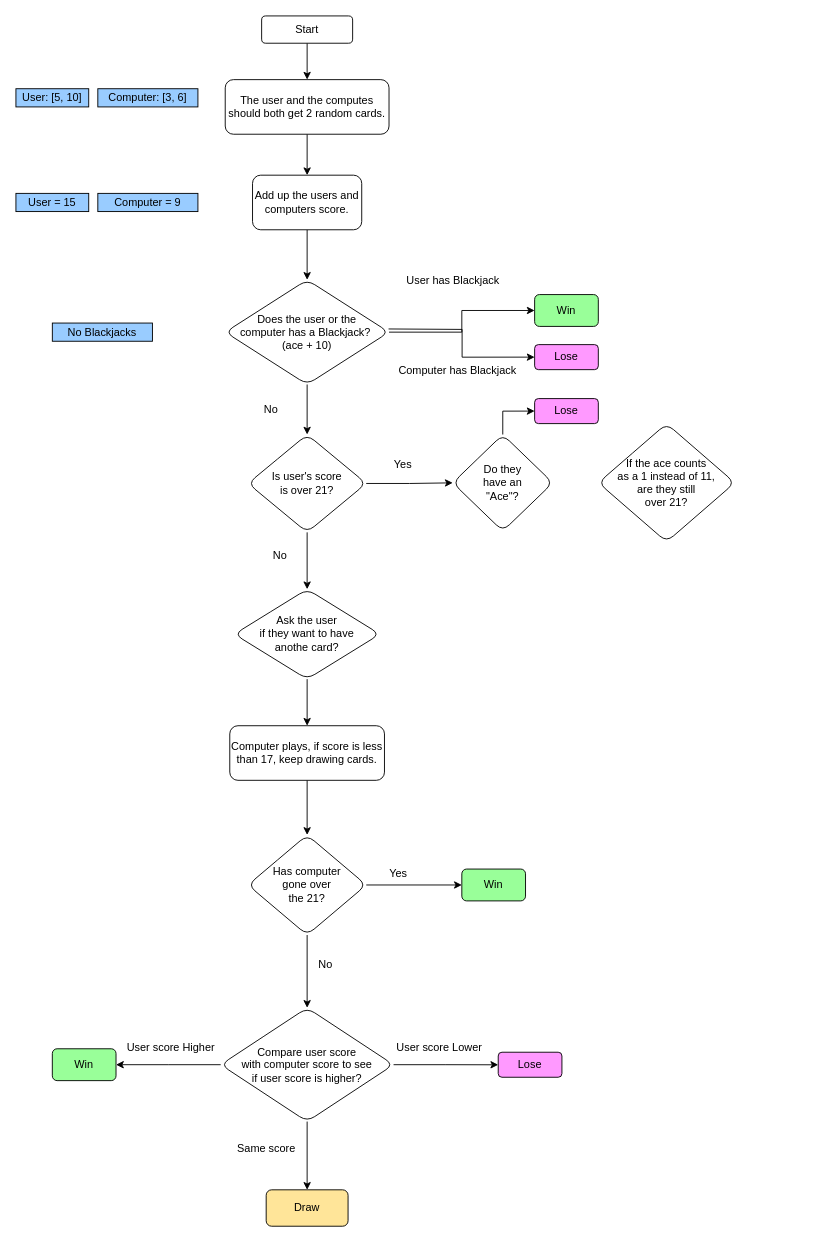
Above: day_11_clackjack/Blackjack Diagram.drawio in notjustdevops/100_days_python_njd (draw.io), before the change. Source tidied: cells renumbered, new cells numbered last; positions are measured from the earlier drawing's top-left corner, leaving out a move shared by most shapes. Both pictures are drawn from the tidied source at 91%, with x=0, y=0 at pixel (15, 15).
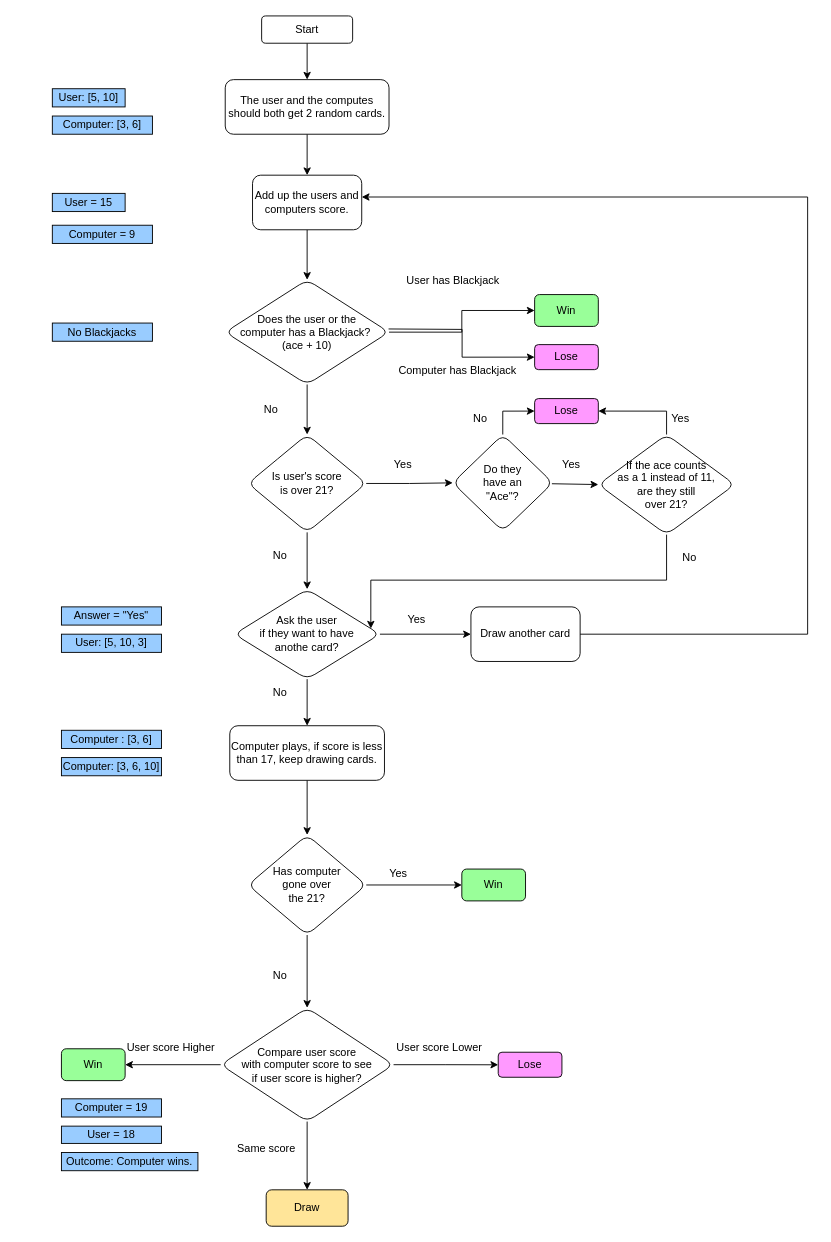
Above is the later version.

The change refers to these unchanged cells:
```xml
<mxCell id="7" value="Add up the users and computers score." style="whiteSpace=wrap;html=1;rounded=1;" parent="1" vertex="1">
  <mxGeometry x="260" y="175" width="120" height="60" as="geometry" />
</mxCell>
<mxCell id="16" value="Ask the user &lt;br&gt;if they want to have &lt;br&gt;anothe card?" style="rhombus;whiteSpace=wrap;html=1;rounded=1;" parent="1" vertex="1">
  <mxGeometry x="240" y="630" width="160" height="98.8" as="geometry" />
</mxCell>
<mxCell id="28" value="Compare user score &lt;br&gt;with computer score to see &lt;br&gt;if user score is higher?" style="rhombus;whiteSpace=wrap;html=1;rounded=1;" parent="1" vertex="1">
  <mxGeometry x="225" y="1090" width="190" height="125" as="geometry" />
</mxCell>
<mxCell id="47" value="Do they &lt;br&gt;have an &lt;br&gt;&quot;Ace&quot;?" style="rhombus;whiteSpace=wrap;html=1;rounded=1;" parent="1" vertex="1">
  <mxGeometry x="480" y="460" width="110" height="106.2" as="geometry" />
</mxCell>
<mxCell id="50" value="Lose" style="whiteSpace=wrap;html=1;rounded=1;fillColor=#FF99FF;" parent="1" vertex="1">
  <mxGeometry x="570" y="420.5" width="70" height="27.5" as="geometry" />
</mxCell>
```

The edit, as a diff of the source:
```diff
@@
+    <mxCell id="51" style="edgeStyle=orthogonalEdgeStyle;rounded=0;jettySize=auto;html=1;" parent="1" edge="1" source="16" target="61">
+      <mxGeometry relative="1" as="geometry" />
+    </mxCell>
@@
-    <mxCell id="27" style="edgeStyle=orthogonalEdgeStyle;rounded=0;jettySize=auto;html=1;" parent="1" edge="1" source="28">
-      <mxGeometry relative="1" as="geometry">
-        <mxPoint x="110" y="1152.5" as="targetPoint" />
-      </mxGeometry>
+    <mxCell id="27" style="edgeStyle=orthogonalEdgeStyle;rounded=0;jettySize=auto;html=1;entryX=1;entryY=0.5;entryDx=0;entryDy=0;" parent="1" edge="1" source="28" target="33">
+      <mxGeometry relative="1" as="geometry" />
     </mxCell>
@@
     <mxCell id="33" value="Win" style="whiteSpace=wrap;html=1;rounded=1;fillColor=#99FF99;" parent="1" vertex="1">
-      <mxGeometry x="40" y="1135" width="70" height="35" as="geometry" />
+      <mxGeometry x="50" y="1135" width="70" height="35" as="geometry" />
     </mxCell>
@@
     <mxCell id="35" value="No" style="text;html=1;align=center;verticalAlign=middle;strokeColor=none;fillColor=none;" parent="1" vertex="1">
-      <mxGeometry x="320" y="1028" width="40" height="30" as="geometry" />
+      <mxGeometry x="270" y="1040" width="40" height="30" as="geometry" />
     </mxCell>
     <mxCell id="36" value="User: [5, 10]" style="rounded=0;whiteSpace=wrap;html=1;fillColor=#99CCFF;" parent="1" vertex="1">
-      <mxGeometry y="80" width="80" height="20" as="geometry" />
+      <mxGeometry x="40" y="80" width="80" height="20" as="geometry" />
     </mxCell>
     <mxCell id="37" value="Computer: [3, 6]" style="rounded=0;whiteSpace=wrap;html=1;fillColor=#99CCFF;" parent="1" vertex="1">
-      <mxGeometry x="90" y="80" width="110" height="20" as="geometry" />
+      <mxGeometry x="40" y="110" width="110" height="20" as="geometry" />
     </mxCell>
     <mxCell id="38" value="User = 15" style="rounded=0;whiteSpace=wrap;html=1;fillColor=#99CCFF;" parent="1" vertex="1">
-      <mxGeometry y="195" width="80" height="20" as="geometry" />
+      <mxGeometry x="40" y="195" width="80" height="20" as="geometry" />
     </mxCell>
     <mxCell id="39" value="Computer = 9" style="rounded=0;whiteSpace=wrap;html=1;fillColor=#99CCFF;" parent="1" vertex="1">
-      <mxGeometry x="90" y="195" width="110" height="20" as="geometry" />
+      <mxGeometry x="40" y="230" width="110" height="20" as="geometry" />
     </mxCell>
@@
+    <mxCell id="52" style="edgeStyle=none;rounded=0;jettySize=auto;html=1;entryX=0;entryY=0.5;entryDx=0;entryDy=0;" parent="1" edge="1" source="47" target="49">
+      <mxGeometry relative="1" as="geometry" />
+    </mxCell>
@@
+    <mxCell id="53" style="edgeStyle=orthogonalEdgeStyle;rounded=0;jettySize=auto;html=1;exitX=0.5;exitY=1;exitDx=0;exitDy=0;" parent="1" edge="1" source="49" target="16">
+      <mxGeometry relative="1" as="geometry">
+        <Array as="points">
+          <mxPoint x="715" y="620" />
+          <mxPoint x="390" y="620" />
+        </Array>
+      </mxGeometry>
+    </mxCell>
     <mxCell id="49" value="If the ace counts&lt;br&gt;as a 1 instead of 11,&lt;br&gt;are they still&lt;br&gt;over 21?" style="rhombus;whiteSpace=wrap;html=1;rounded=1;" parent="1" vertex="1">
-      <mxGeometry x="640" y="448" width="150" height="130" as="geometry" />
+      <mxGeometry x="640" y="460" width="150" height="110" as="geometry" />
     </mxCell>
@@
+    <mxCell id="54" style="edgeStyle=orthogonalEdgeStyle;rounded=0;jettySize=auto;html=1;entryX=1;entryY=0.5;entryDx=0;entryDy=0;exitX=0.5;exitY=0;exitDx=0;exitDy=0;" parent="1" edge="1" source="49" target="50">
+      <mxGeometry relative="1" as="geometry" />
+    </mxCell>
+    <mxCell id="55" value="No" style="text;html=1;align=center;verticalAlign=middle;strokeColor=none;fillColor=none;" parent="1" vertex="1">
+      <mxGeometry x="490" y="428" width="40" height="30" as="geometry" />
+    </mxCell>
+    <mxCell id="56" value="Yes" style="text;html=1;align=center;verticalAlign=middle;strokeColor=none;fillColor=none;" parent="1" vertex="1">
+      <mxGeometry x="710" y="428" width="40" height="30" as="geometry" />
+    </mxCell>
+    <mxCell id="57" style="edgeStyle=orthogonalEdgeStyle;rounded=0;orthogonalLoop=1;jettySize=auto;html=1;exitX=0.5;exitY=1;exitDx=0;exitDy=0;" parent="1" edge="1" source="49" target="49">
+      <mxGeometry relative="1" as="geometry" />
+    </mxCell>
+    <mxCell id="58" value="Yes" style="text;html=1;align=center;verticalAlign=middle;strokeColor=none;fillColor=none;" parent="1" vertex="1">
+      <mxGeometry x="590" y="478" width="40" height="30" as="geometry" />
+    </mxCell>
+    <mxCell id="59" value="No" style="text;html=1;align=center;verticalAlign=middle;strokeColor=none;fillColor=none;" parent="1" vertex="1">
+      <mxGeometry x="720" y="580" width="40" height="30" as="geometry" />
+    </mxCell>
+    <mxCell id="60" value="No" style="text;html=1;align=center;verticalAlign=middle;strokeColor=none;fillColor=none;" parent="1" vertex="1">
+      <mxGeometry x="270" y="728.8" width="40" height="30" as="geometry" />
+    </mxCell>
+    <mxCell id="61" value="Draw another card" style="whiteSpace=wrap;html=1;rounded=1;" parent="1" vertex="1">
+      <mxGeometry x="500" y="649.4" width="120" height="60" as="geometry" />
+    </mxCell>
+    <mxCell id="62" value="Yes" style="text;html=1;align=center;verticalAlign=middle;strokeColor=none;fillColor=none;" parent="1" vertex="1">
+      <mxGeometry x="420" y="649.4" width="40" height="30" as="geometry" />
+    </mxCell>
+    <mxCell id="63" style="edgeStyle=orthogonalEdgeStyle;rounded=0;jettySize=auto;html=1;entryX=1;entryY=0.4;entryDx=0;entryDy=0;entryPerimeter=0;" parent="1" edge="1" source="61" target="7">
+      <mxGeometry relative="1" as="geometry">
+        <Array as="points">
+          <mxPoint x="870" y="679" />
+          <mxPoint x="870" y="199" />
+        </Array>
+      </mxGeometry>
+    </mxCell>
+    <mxCell id="64" value="Answer = &quot;Yes&quot;" style="rounded=0;whiteSpace=wrap;html=1;fillColor=#99CCFF;" parent="1" vertex="1">
+      <mxGeometry x="50" y="649.4" width="110" height="20" as="geometry" />
+    </mxCell>
+    <mxCell id="65" value="User: [5, 10, 3]" style="rounded=0;whiteSpace=wrap;html=1;fillColor=#99CCFF;" parent="1" vertex="1">
+      <mxGeometry x="50" y="679.4" width="110" height="20" as="geometry" />
+    </mxCell>
+    <mxCell id="66" value="Computer : [3, 6]" style="rounded=0;whiteSpace=wrap;html=1;fillColor=#99CCFF;" parent="1" vertex="1">
+      <mxGeometry x="50" y="785" width="110" height="20" as="geometry" />
+    </mxCell>
+    <mxCell id="67" value="Computer: [3, 6, 10]" style="rounded=0;whiteSpace=wrap;html=1;fillColor=#99CCFF;" parent="1" vertex="1">
+      <mxGeometry x="50" y="815" width="110" height="20" as="geometry" />
+    </mxCell>
+    <mxCell id="68" value="Computer = 19" style="rounded=0;whiteSpace=wrap;html=1;fillColor=#99CCFF;" parent="1" vertex="1">
+      <mxGeometry x="50" y="1190" width="110" height="20" as="geometry" />
+    </mxCell>
+    <mxCell id="69" value="User = 18" style="rounded=0;whiteSpace=wrap;html=1;fillColor=#99CCFF;" parent="1" vertex="1">
+      <mxGeometry x="50" y="1220" width="110" height="19" as="geometry" />
+    </mxCell>
+    <mxCell id="70" value="Outcome: Computer wins." style="rounded=0;whiteSpace=wrap;html=1;fillColor=#99CCFF;" parent="1" vertex="1">
+      <mxGeometry x="50" y="1249" width="150" height="20" as="geometry" />
+    </mxCell>
```
